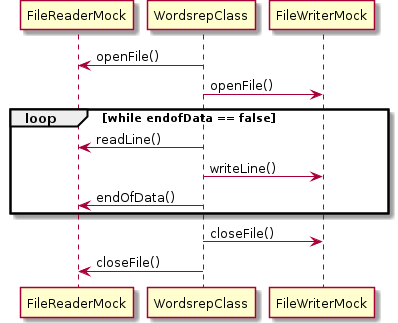
This is course/plantuml/400_WordsrepClassFileInterfaceInteractions.png from jmossberg/tddcourse, a PlantUML export, as it was before one commit. Source of this version:
```plantuml
@startuml

participant FileReaderMock
participant WordsrepClass
participant FileWriterMock

WordsrepClass -> FileReaderMock : openFile()
WordsrepClass -> FileWriterMock : openFile()

loop while endofData == false
  WordsrepClass -> FileReaderMock : readLine()
  WordsrepClass -> FileWriterMock : writeLine()
  WordsrepClass -> FileReaderMock : endOfData()
end

WordsrepClass -> FileWriterMock : closeFile()
WordsrepClass -> FileReaderMock : closeFile()
@enduml
```
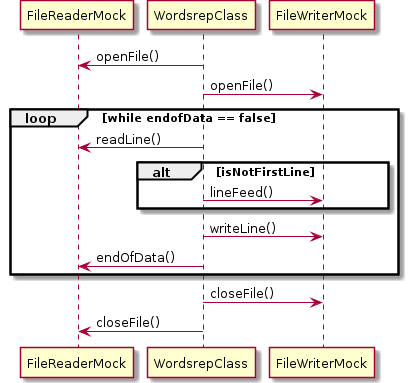
After the commit.

Commit message:
Updated course material to reflect that the abstract interface for file writer has been updated to include the virtual function lineFeed()

What changed in the source:
```diff
@@ -9,6 +9,9 @@
 
 loop while endofData == false
   WordsrepClass -> FileReaderMock : readLine()
+  alt isNotFirstLine
+    WordsrepClass -> FileWriterMock : lineFeed()
+  end
   WordsrepClass -> FileWriterMock : writeLine()
   WordsrepClass -> FileReaderMock : endOfData()
 end
```
